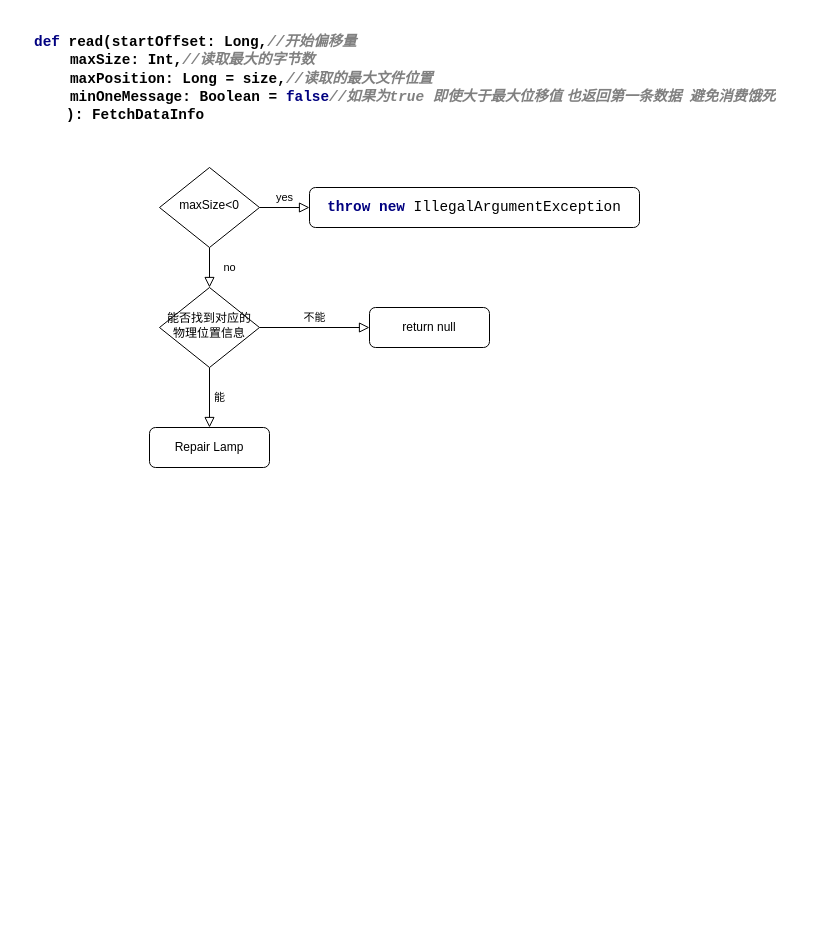
Earlier version of the draw.io diagram docs/images/drawio/LogSegment-read.drawio (pengdaolong/kafka). Source tidied: cells renumbered, new cells numbered last; positions are measured from the earlier drawing's top-left corner, leaving out a move shared by most shapes. Both pictures are drawn from the tidied source at 100%, with x=0, y=0 at pixel (29, 27).
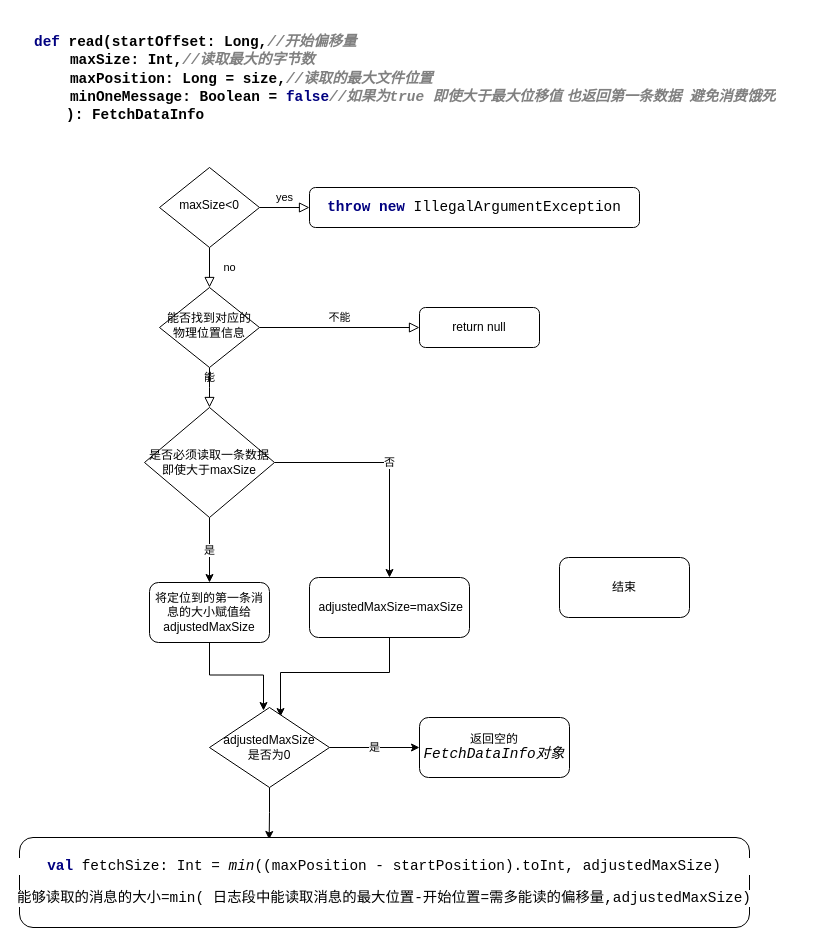
The same diagram, later.

The change refers to these unchanged cells:
```xml
<mxCell id="8" value="能否找到对应的物理位置信息" style="rhombus;whiteSpace=wrap;html=1;shadow=0;fontFamily=Helvetica;fontSize=12;align=center;strokeWidth=1;spacing=6;spacingTop=-4;" parent="1" vertex="1">
  <mxGeometry x="130" y="260" width="100" height="80" as="geometry" />
</mxCell>
```

What changed in the source:
```diff
@@
-    <mxCell id="6" value="能" style="rounded=0;html=1;jettySize=auto;fontSize=11;endArrow=block;endFill=0;endSize=8;strokeWidth=1;shadow=0;labelBackgroundColor=none;edgeStyle=orthogonalEdgeStyle;" parent="1" edge="1" source="8" target="9">
-      <mxGeometry y="10" relative="1" as="geometry" />
+    <mxCell id="6" value="能" style="rounded=0;html=1;jettySize=auto;fontSize=11;endArrow=block;endFill=0;endSize=8;strokeWidth=1;shadow=0;labelBackgroundColor=none;edgeStyle=orthogonalEdgeStyle;" parent="1" edge="1" source="8">
+      <mxGeometry y="10" relative="1" as="geometry">
+        <mxPoint x="180" y="380" as="targetPoint" />
+      </mxGeometry>
     </mxCell>
@@
-    <mxCell id="9" value="Repair Lamp" style="rounded=1;whiteSpace=wrap;html=1;fontSize=12;glass=0;strokeWidth=1;shadow=0;" parent="1" vertex="1">
-      <mxGeometry x="120" y="400" width="120" height="40" as="geometry" />
-    </mxCell>
     <mxCell id="10" value="return null" style="rounded=1;whiteSpace=wrap;html=1;fontSize=12;glass=0;strokeWidth=1;shadow=0;" parent="1" vertex="1">
-      <mxGeometry x="340" y="280" width="120" height="40" as="geometry" />
+      <mxGeometry x="390" y="280" width="120" height="40" as="geometry" />
     </mxCell>
@@
+    <mxCell id="12" value="结束" style="rounded=1;whiteSpace=wrap;html=1;" parent="1" vertex="1">
+      <mxGeometry x="530" y="530" width="130" height="60" as="geometry" />
+    </mxCell>
+    <mxCell id="13" value="是" style="edgeStyle=orthogonalEdgeStyle;rounded=0;jettySize=auto;html=1;exitX=0.5;exitY=1;exitDx=0;exitDy=0;entryX=0.5;entryY=0;entryDx=0;entryDy=0;" parent="1" edge="1" source="15" target="17">
+      <mxGeometry relative="1" as="geometry" />
+    </mxCell>
+    <mxCell id="14" value="否" style="edgeStyle=orthogonalEdgeStyle;rounded=0;jettySize=auto;html=1;exitX=1;exitY=0.5;exitDx=0;exitDy=0;entryX=0.5;entryY=0;entryDx=0;entryDy=0;" parent="1" edge="1" source="15" target="19">
+      <mxGeometry relative="1" as="geometry" />
+    </mxCell>
+    <mxCell id="15" value="是否必须读取一条数据&lt;br&gt;即使大于maxSize" style="rhombus;whiteSpace=wrap;html=1;" parent="1" vertex="1">
+      <mxGeometry x="115" y="380" width="130" height="110" as="geometry" />
+    </mxCell>
+    <mxCell id="16" style="edgeStyle=orthogonalEdgeStyle;rounded=0;jettySize=auto;html=1;exitX=0.5;exitY=1;exitDx=0;exitDy=0;entryX=0.45;entryY=0.038;entryDx=0;entryDy=0;entryPerimeter=0;" parent="1" edge="1" source="17" target="22">
+      <mxGeometry relative="1" as="geometry" />
+    </mxCell>
+    <mxCell id="17" value="将定位到的第一条消息的大小赋值给adjustedMaxSize" style="rounded=1;whiteSpace=wrap;html=1;" parent="1" vertex="1">
+      <mxGeometry x="120" y="555" width="120" height="60" as="geometry" />
+    </mxCell>
+    <mxCell id="18" style="edgeStyle=orthogonalEdgeStyle;rounded=0;jettySize=auto;html=1;exitX=0.5;exitY=1;exitDx=0;exitDy=0;entryX=0.592;entryY=0.113;entryDx=0;entryDy=0;entryPerimeter=0;" parent="1" edge="1" source="19" target="22">
+      <mxGeometry relative="1" as="geometry" />
+    </mxCell>
+    <mxCell id="19" value="&amp;nbsp;adjustedMaxSize=maxSize" style="rounded=1;whiteSpace=wrap;html=1;" parent="1" vertex="1">
+      <mxGeometry x="280" y="550" width="160" height="60" as="geometry" />
+    </mxCell>
+    <mxCell id="20" value="是" style="edgeStyle=orthogonalEdgeStyle;rounded=0;jettySize=auto;html=1;exitX=1;exitY=0.5;exitDx=0;exitDy=0;entryX=0;entryY=0.5;entryDx=0;entryDy=0;" parent="1" edge="1" source="22" target="23">
+      <mxGeometry relative="1" as="geometry" />
+    </mxCell>
+    <mxCell id="21" style="edgeStyle=orthogonalEdgeStyle;rounded=0;jettySize=auto;html=1;entryX=0.342;entryY=0.022;entryDx=0;entryDy=0;entryPerimeter=0;" parent="1" edge="1" source="22" target="24">
+      <mxGeometry relative="1" as="geometry" />
+    </mxCell>
+    <mxCell id="22" value="adjustedMaxSize&lt;br&gt;是否为0" style="rhombus;whiteSpace=wrap;html=1;" parent="1" vertex="1">
+      <mxGeometry x="180" y="680" width="120" height="80" as="geometry" />
+    </mxCell>
+    <mxCell id="23" value="返回空的&lt;span style=&quot;font-style: italic ; background-color: rgb(255 , 255 , 255) ; font-family: &amp;#34;consolas&amp;#34; ; font-size: 10.8pt&quot;&gt;FetchDataInfo对象&lt;/span&gt;" style="rounded=1;whiteSpace=wrap;html=1;" parent="1" vertex="1">
+      <mxGeometry x="390" y="690" width="150" height="60" as="geometry" />
+    </mxCell>
+    <mxCell id="24" value="&lt;pre style=&quot;background-color: rgb(255 , 255 , 255) ; font-family: &amp;#34;consolas&amp;#34; ; font-size: 10.8pt&quot;&gt;&lt;span style=&quot;color: #000080 ; font-weight: bold&quot;&gt;val &lt;/span&gt;fetchSize: Int = &lt;span style=&quot;font-style: italic&quot;&gt;min&lt;/span&gt;((maxPosition - startPosition).toInt, adjustedMaxSize)&lt;/pre&gt;&lt;pre style=&quot;background-color: rgb(255 , 255 , 255) ; font-family: &amp;#34;consolas&amp;#34; ; font-size: 10.8pt&quot;&gt;能够读取的消息的大小=min( 日志段中能读取消息的最大位置-开始位置=需多能读的偏移量,adjustedMaxSize)&lt;/pre&gt;" style="rounded=1;whiteSpace=wrap;html=1;" parent="1" vertex="1">
+      <mxGeometry x="-10" y="810" width="730" height="90" as="geometry" />
+    </mxCell>
```
